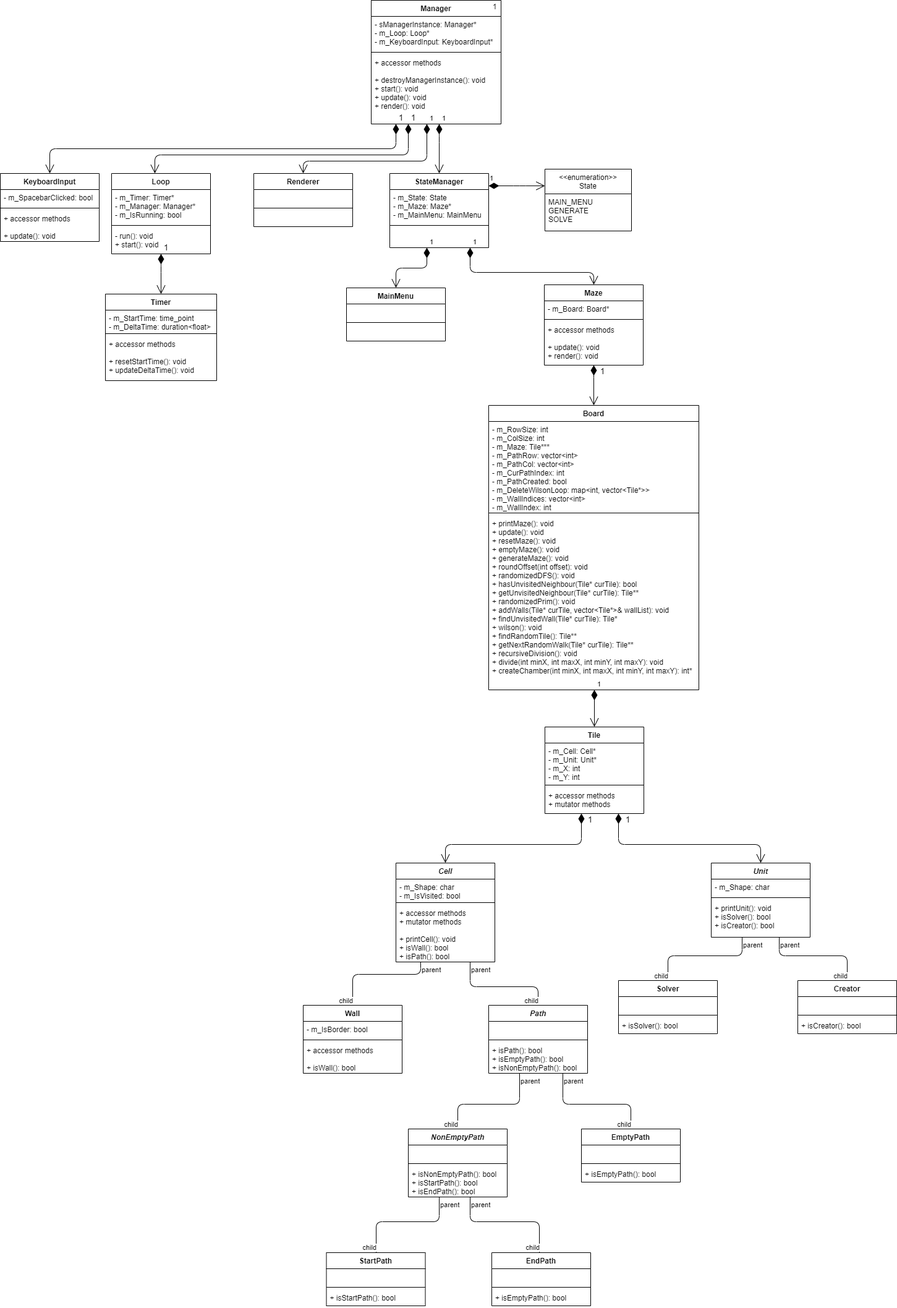
This is assets/maze_class_diagram.png from Dandoko/maze_craze, a draw.io export, as it was before one commit. Source tidied: cells renumbered, new cells last; positions are measured from the earlier drawing's top-left corner, leaving out a move shared by most shapes.
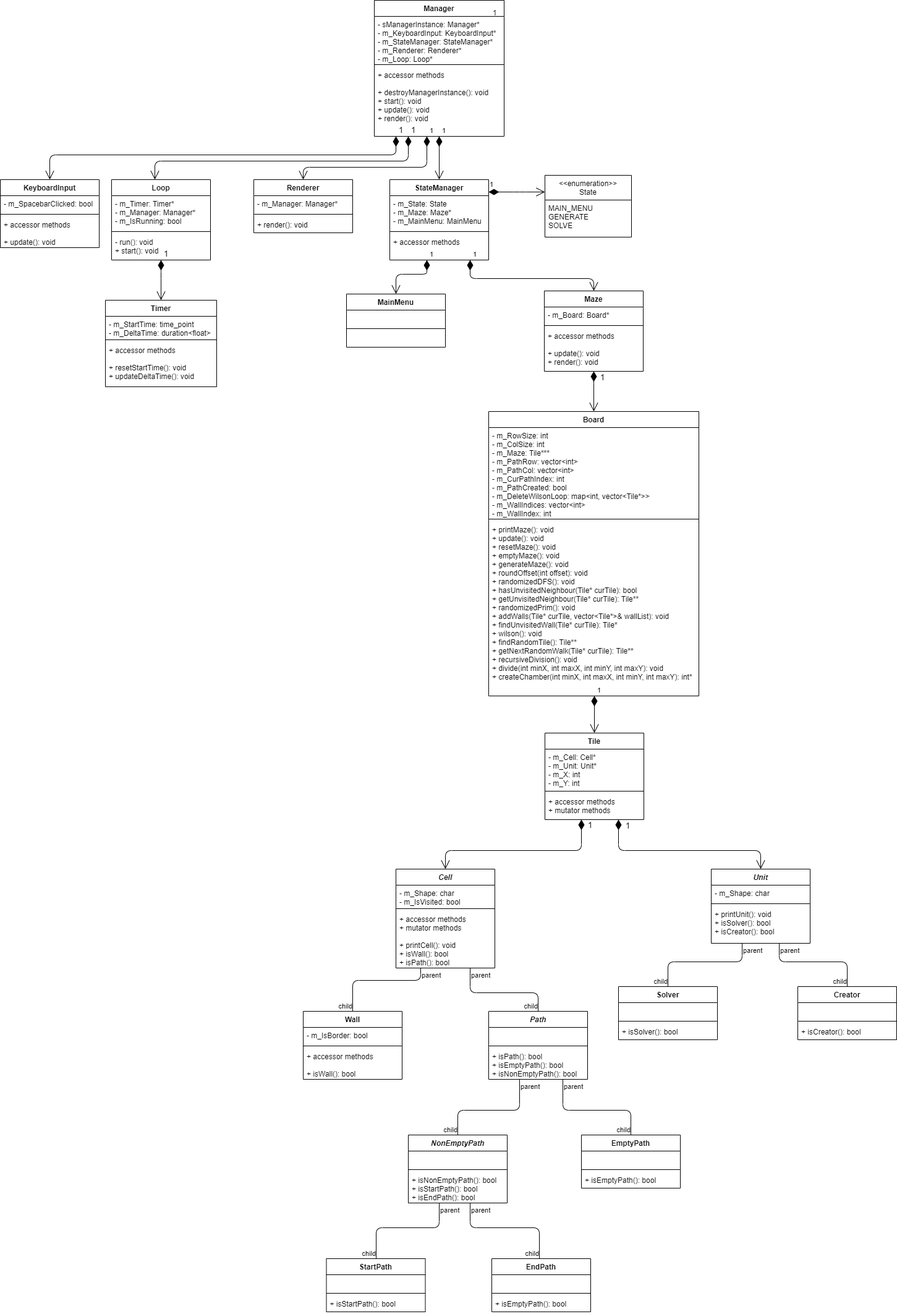
Above is the later version.

What changed in the source:
```diff
@@ -123,16 +123,16 @@
       <mxGeometry y="60" width="160" height="26" as="geometry" />
     </mxCell>
     <mxCell id="42" value="Manager" style="swimlane;fontStyle=1;align=center;verticalAlign=top;horizontal=1;startSize=26;" parent="1" vertex="1">
-      <mxGeometry x="600" width="210" height="200" as="geometry" />
+      <mxGeometry x="605" y="-10" width="210" height="220" as="geometry" />
     </mxCell>
-    <mxCell id="43" value="- sManagerInstance: Manager*&#10;- m_Loop: Loop*&#10;- m_KeyboardInput: KeyboardInput*" style="text;strokeColor=none;fillColor=none;align=left;verticalAlign=top;spacingLeft=4;spacingRight=4;overflow=hidden;fontStyle=0;" parent="42" vertex="1">
-      <mxGeometry y="26" width="210" height="54" as="geometry" />
+    <mxCell id="43" value="- sManagerInstance: Manager*&#10;- m_KeyboardInput: KeyboardInput*&#10;- m_StateManager: StateManager*&#10;- m_Renderer: Renderer*&#10;- m_Loop: Loop*" style="text;strokeColor=none;fillColor=none;align=left;verticalAlign=top;spacingLeft=4;spacingRight=4;overflow=hidden;fontStyle=0;" parent="42" vertex="1">
+      <mxGeometry y="26" width="210" height="74" as="geometry" />
     </mxCell>
     <mxCell id="44" style="line;strokeWidth=1;fillColor=none;align=left;verticalAlign=middle;spacingTop=-1;spacingLeft=3;spacingRight=3;labelPosition=right;" parent="42" vertex="1">
-      <mxGeometry y="80" width="210" height="8" as="geometry" />
+      <mxGeometry y="100" width="210" height="8" as="geometry" />
     </mxCell>
     <mxCell id="45" value="+ accessor methods&#10;&#10;+ destroyManagerInstance(): void&#10;+ start(): void&#10;+ update(): void&#10;+ render(): void" style="text;strokeColor=none;fillColor=none;align=left;verticalAlign=top;spacingLeft=4;spacingRight=4;overflow=hidden;points=[[0,0.5],[1,0.5]];portConstraint=eastwest;fontStyle=0;" parent="42" vertex="1">
-      <mxGeometry y="88" width="210" height="112" as="geometry" />
+      <mxGeometry y="108" width="210" height="112" as="geometry" />
     </mxCell>
     <mxCell id="46" value="Loop" style="swimlane;fontStyle=1;align=center;verticalAlign=top;horizontal=1;startSize=26;" parent="1" vertex="1">
       <mxGeometry x="180" y="280" width="160" height="130" as="geometry" />
@@ -388,17 +388,17 @@
     <mxCell id="101" value="Renderer" style="swimlane;fontStyle=1;align=center;verticalAlign=top;horizontal=1;startSize=26;" parent="1" vertex="1">
       <mxGeometry x="410" y="280" width="160" height="86" as="geometry" />
     </mxCell>
-    <mxCell id="102" value=" " style="text;strokeColor=none;fillColor=none;align=left;verticalAlign=top;spacingLeft=4;spacingRight=4;overflow=hidden;" parent="101" vertex="1">
+    <mxCell id="102" value="- m_Manager: Manager*" style="text;strokeColor=none;fillColor=none;align=left;verticalAlign=top;spacingLeft=4;spacingRight=4;overflow=hidden;" parent="101" vertex="1">
       <mxGeometry y="26" width="160" height="26" as="geometry" />
     </mxCell>
     <mxCell id="103" style="line;strokeWidth=1;fillColor=none;align=left;verticalAlign=middle;spacingTop=-1;spacingLeft=3;spacingRight=3;labelPosition=right;" parent="101" vertex="1">
       <mxGeometry y="52" width="160" height="8" as="geometry" />
     </mxCell>
-    <mxCell id="104" value=" " style="text;strokeColor=none;fillColor=none;align=left;verticalAlign=top;spacingLeft=4;spacingRight=4;overflow=hidden;" parent="101" vertex="1">
+    <mxCell id="104" value="+ render(): void" style="text;strokeColor=none;fillColor=none;align=left;verticalAlign=top;spacingLeft=4;spacingRight=4;overflow=hidden;" parent="101" vertex="1">
       <mxGeometry y="60" width="160" height="26" as="geometry" />
     </mxCell>
     <mxCell id="105" value="StateManager" style="swimlane;fontStyle=1;align=center;verticalAlign=top;horizontal=1;startSize=26;" parent="1" vertex="1">
-      <mxGeometry x="630" y="280" width="160" height="120" as="geometry" />
+      <mxGeometry x="630" y="280" width="160" height="130" as="geometry" />
     </mxCell>
     <mxCell id="106" value="- m_State: State&#10;- m_Maze: Maze*&#10;- m_MainMenu: MainMenu" style="text;strokeColor=none;fillColor=none;align=left;verticalAlign=top;spacingLeft=4;spacingRight=4;overflow=hidden;" parent="105" vertex="1">
       <mxGeometry y="26" width="160" height="54" as="geometry" />
@@ -406,8 +406,8 @@
     <mxCell id="107" style="line;strokeWidth=1;fillColor=none;align=left;verticalAlign=middle;spacingTop=-1;spacingLeft=3;spacingRight=3;labelPosition=right;" parent="105" vertex="1">
       <mxGeometry y="80" width="160" height="8" as="geometry" />
     </mxCell>
-    <mxCell id="108" value=" " style="text;strokeColor=none;fillColor=none;align=left;verticalAlign=top;spacingLeft=4;spacingRight=4;overflow=hidden;points=[[0,0.5],[1,0.5]];portConstraint=eastwest;" parent="105" vertex="1">
-      <mxGeometry y="88" width="160" height="32" as="geometry" />
+    <mxCell id="108" value="+ accessor methods" style="text;strokeColor=none;fillColor=none;align=left;verticalAlign=top;spacingLeft=4;spacingRight=4;overflow=hidden;points=[[0,0.5],[1,0.5]];portConstraint=eastwest;" parent="105" vertex="1">
+      <mxGeometry y="88" width="160" height="42" as="geometry" />
     </mxCell>
     <mxCell id="109" value="1" style="endArrow=open;html=1;endSize=12;startArrow=diamondThin;startSize=14;startFill=1;edgeStyle=orthogonalEdgeStyle;align=left;verticalAlign=bottom;" parent="1" edge="1" source="45" target="105">
       <mxGeometry x="-1" y="3" relative="1" as="geometry">
```
